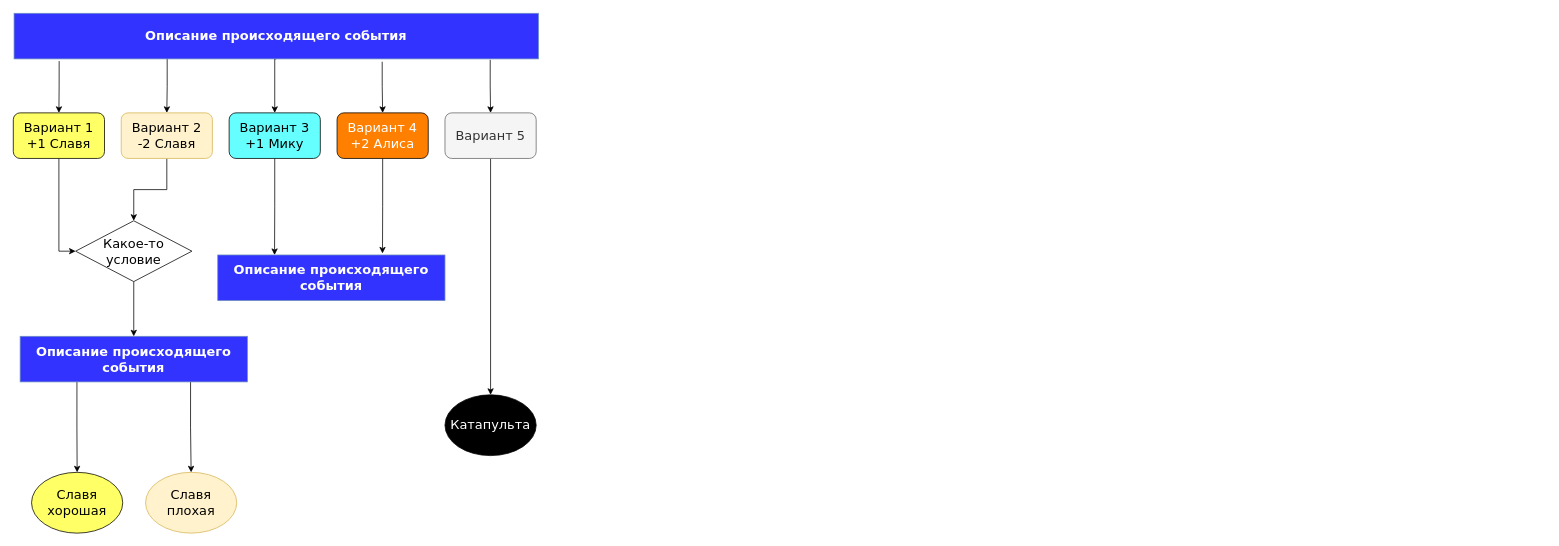
Earlier version of the draw.io diagram Не должно попасть в релиз/Схема мода.drawio (shkiper8591/wnfh). Source tidied: cells renumbered, new cells numbered last; positions are measured from the earlier drawing's top-left corner, leaving out a move shared by most shapes. Both pictures are drawn from the tidied source at 76%, with x=0, y=0 at pixel (13, 13).
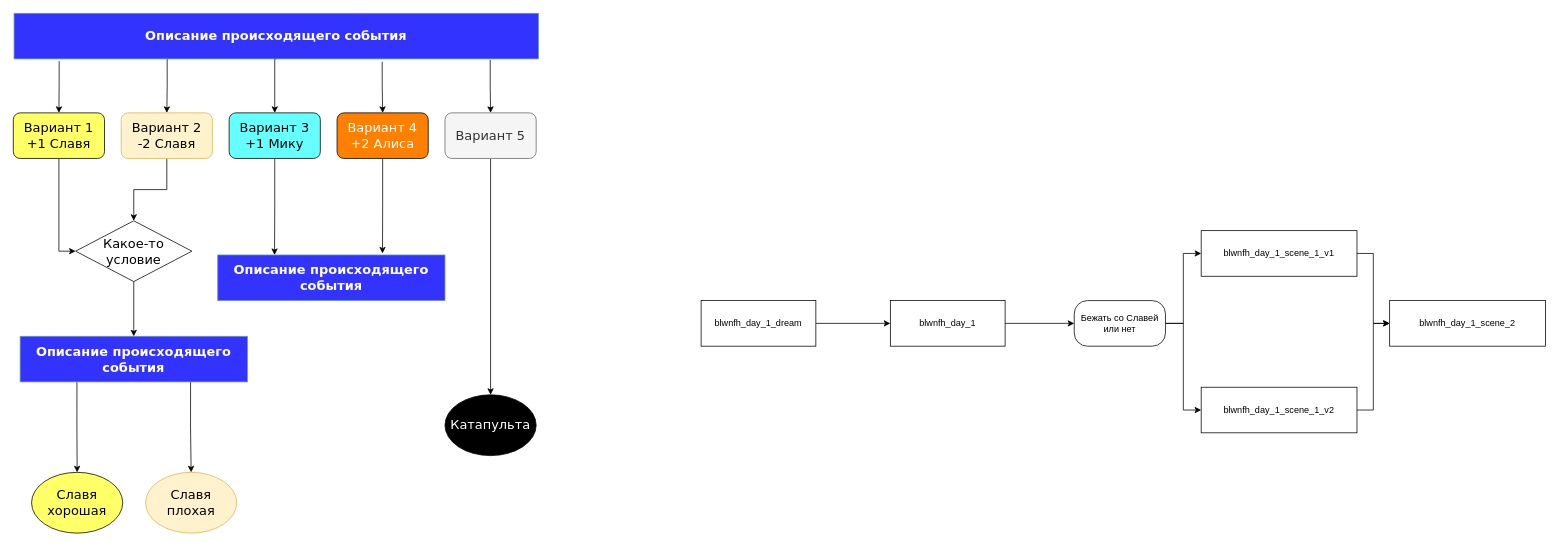
The same page after the edit.

What changed in the source:
```diff
@@
+    <mxCell id="27" style="edgeStyle=orthogonalEdgeStyle;rounded=0;jettySize=auto;html=1;exitX=1;exitY=0.5;exitDx=0;exitDy=0;entryX=0;entryY=0.5;entryDx=0;entryDy=0;" parent="1" edge="1" source="28" target="30">
+      <mxGeometry relative="1" as="geometry" />
+    </mxCell>
+    <mxCell id="28" value="blwnfh_day_1_dream" style="rounded=0;whiteSpace=wrap;html=1;" parent="1" vertex="1">
+      <mxGeometry x="905" y="378" width="151" height="60" as="geometry" />
+    </mxCell>
+    <mxCell id="29" style="edgeStyle=orthogonalEdgeStyle;rounded=0;jettySize=auto;html=1;exitX=1;exitY=0.5;exitDx=0;exitDy=0;entryX=0;entryY=0.5;entryDx=0;entryDy=0;" parent="1" edge="1" source="30" target="33">
+      <mxGeometry relative="1" as="geometry" />
+    </mxCell>
+    <mxCell id="30" value="blwnfh_day_1" style="rounded=0;whiteSpace=wrap;html=1;" parent="1" vertex="1">
+      <mxGeometry x="1154" y="378" width="151" height="60" as="geometry" />
+    </mxCell>
+    <mxCell id="31" style="edgeStyle=orthogonalEdgeStyle;rounded=0;jettySize=auto;html=1;exitX=1;exitY=0.5;exitDx=0;exitDy=0;entryX=0;entryY=0.5;entryDx=0;entryDy=0;" parent="1" edge="1" source="33" target="35">
+      <mxGeometry relative="1" as="geometry" />
+    </mxCell>
+    <mxCell id="32" style="edgeStyle=orthogonalEdgeStyle;rounded=0;jettySize=auto;html=1;exitX=1;exitY=0.5;exitDx=0;exitDy=0;entryX=0;entryY=0.5;entryDx=0;entryDy=0;" parent="1" edge="1" source="33" target="37">
+      <mxGeometry relative="1" as="geometry" />
+    </mxCell>
+    <mxCell id="33" value="Бежать со Славей или нет" style="rounded=1;whiteSpace=wrap;html=1;arcSize=29;glass=0;shadow=0;" parent="1" vertex="1">
+      <mxGeometry x="1396" y="378" width="120" height="60" as="geometry" />
+    </mxCell>
+    <mxCell id="34" style="edgeStyle=orthogonalEdgeStyle;rounded=0;jettySize=auto;html=1;exitX=1;exitY=0.5;exitDx=0;exitDy=0;entryX=0;entryY=0.5;entryDx=0;entryDy=0;" parent="1" edge="1" source="35" target="38">
+      <mxGeometry relative="1" as="geometry" />
+    </mxCell>
+    <mxCell id="35" value="blwnfh_day_1_scene_1_v1" style="rounded=0;whiteSpace=wrap;html=1;" parent="1" vertex="1">
+      <mxGeometry x="1563" y="286" width="205" height="60" as="geometry" />
+    </mxCell>
+    <mxCell id="36" style="edgeStyle=orthogonalEdgeStyle;rounded=0;jettySize=auto;html=1;exitX=1;exitY=0.5;exitDx=0;exitDy=0;entryX=0;entryY=0.5;entryDx=0;entryDy=0;" parent="1" edge="1" source="37" target="38">
+      <mxGeometry relative="1" as="geometry" />
+    </mxCell>
+    <mxCell id="37" value="blwnfh_day_1_scene_1_v2" style="rounded=0;whiteSpace=wrap;html=1;" parent="1" vertex="1">
+      <mxGeometry x="1563" y="492" width="205" height="60" as="geometry" />
+    </mxCell>
+    <mxCell id="38" value="blwnfh_day_1_scene_2" style="rounded=0;whiteSpace=wrap;html=1;" parent="1" vertex="1">
+      <mxGeometry x="1811" y="378" width="205" height="60" as="geometry" />
+    </mxCell>
```
